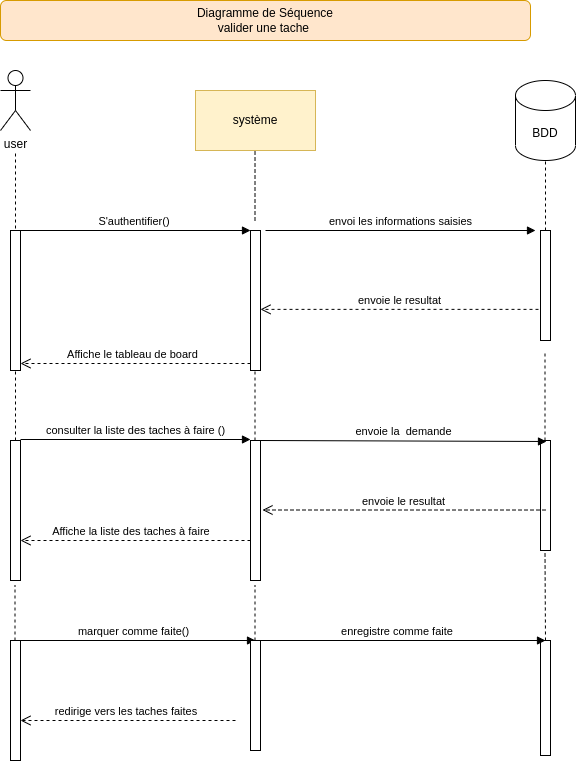
Above: Diagrammes/diagramme-sequence-valider-une-tache.png in Elhadj75BAH/ToDoEtCo (draw.io), before the change. Source tidied: cells renumbered, new cells last; positions are measured from the earlier drawing's top-left corner, leaving out a move shared by most shapes. Its diagram source:
```xml
<mxGraphModel>
  <root>
    <mxCell id="0" />
    <mxCell id="1" parent="0" />
    <mxCell id="2" value="système" style="rounded=0;whiteSpace=wrap;html=1;fillColor=#fff2cc;strokeColor=#d6b656;" parent="1" vertex="1">
      <mxGeometry x="195" y="90" width="120" height="60" as="geometry" />
    </mxCell>
    <mxCell id="3" style="endArrow=none;dashed=1;html=1;entryX=0.5;entryY=1;entryDx=0;entryDy=0;" parent="1" edge="1">
      <mxGeometry relative="1" as="geometry">
        <mxPoint x="15" y="240" as="sourcePoint" />
        <mxPoint x="15" y="150" as="targetPoint" />
      </mxGeometry>
    </mxCell>
    <mxCell id="4" style="endArrow=none;dashed=1;html=1;entryX=0.496;entryY=1;entryDx=0;entryDy=0;entryPerimeter=0;" parent="1" edge="1" target="2">
      <mxGeometry relative="1" as="geometry">
        <mxPoint x="254.5" y="220" as="sourcePoint" />
      </mxGeometry>
    </mxCell>
    <mxCell id="5" style="endArrow=none;dashed=1;html=1;entryX=0.5;entryY=1;entryDx=0;entryDy=0;" parent="1" edge="1">
      <mxGeometry relative="1" as="geometry">
        <mxPoint x="545" y="230" as="sourcePoint" />
        <mxPoint x="545" y="150" as="targetPoint" />
      </mxGeometry>
    </mxCell>
    <mxCell id="6" style="html=1;points=[];perimeter=orthogonalPerimeter;" parent="1" vertex="1">
      <mxGeometry x="250" y="230" width="10" height="140" as="geometry" />
    </mxCell>
    <mxCell id="7" value="S'authentifier()&amp;nbsp;" style="html=1;verticalAlign=bottom;endArrow=block;entryX=0;entryY=0;" parent="1" edge="1" source="9" target="6">
      <mxGeometry relative="1" as="geometry" />
    </mxCell>
    <mxCell id="8" value="Affiche le tableau de board&amp;nbsp;&amp;nbsp;" style="html=1;verticalAlign=bottom;endArrow=open;dashed=1;endSize=8;exitX=0;exitY=0.95;" parent="1" edge="1" source="6" target="9">
      <mxGeometry relative="1" as="geometry" />
    </mxCell>
    <mxCell id="9" style="html=1;points=[];perimeter=orthogonalPerimeter;" parent="1" vertex="1">
      <mxGeometry x="10" y="230" width="10" height="140" as="geometry" />
    </mxCell>
    <mxCell id="10" value="user" style="shape=umlActor;verticalLabelPosition=bottom;verticalAlign=top;html=1;" parent="1" vertex="1">
      <mxGeometry y="70" width="30" height="60" as="geometry" />
    </mxCell>
    <mxCell id="11" value="BDD" style="shape=cylinder3;whiteSpace=wrap;html=1;boundedLbl=1;backgroundOutline=1;size=15;" parent="1" vertex="1">
      <mxGeometry x="515" y="80" width="60" height="80" as="geometry" />
    </mxCell>
    <mxCell id="12" value="envoi les informations saisies" style="html=1;verticalAlign=bottom;endArrow=block;" parent="1" edge="1">
      <mxGeometry relative="1" as="geometry">
        <mxPoint x="265" y="230" as="sourcePoint" />
        <mxPoint x="535" y="230" as="targetPoint" />
      </mxGeometry>
    </mxCell>
    <mxCell id="13" style="html=1;points=[];perimeter=orthogonalPerimeter;" parent="1" vertex="1">
      <mxGeometry x="540" y="230" width="10" height="110" as="geometry" />
    </mxCell>
    <mxCell id="14" value="envoie le resultat" style="html=1;verticalAlign=bottom;endArrow=open;dashed=1;endSize=8;exitX=-0.2;exitY=0.717;exitDx=0;exitDy=0;exitPerimeter=0;" parent="1" edge="1" source="13" target="6">
      <mxGeometry relative="1" as="geometry" />
    </mxCell>
    <mxCell id="15" value="Diagramme de Séquence&lt;br&gt;valider une tache&amp;nbsp;" style="rounded=1;whiteSpace=wrap;html=1;fillColor=#ffe6cc;strokeColor=#d79b00;" parent="1" vertex="1">
      <mxGeometry width="530" height="40" as="geometry" />
    </mxCell>
    <mxCell id="16" style="html=1;perimeter=orthogonalPerimeter;" parent="1" vertex="1">
      <mxGeometry x="10" y="440" width="10" height="140" as="geometry" />
    </mxCell>
    <mxCell id="17" value="consulter la liste des taches à faire ()" style="html=1;verticalAlign=bottom;endArrow=block;entryX=0;entryY=0;" parent="1" edge="1">
      <mxGeometry relative="1" as="geometry">
        <mxPoint x="20" y="439" as="sourcePoint" />
        <mxPoint x="250" y="439" as="targetPoint" />
      </mxGeometry>
    </mxCell>
    <mxCell id="18" style="html=1;perimeter=orthogonalPerimeter;" parent="1" vertex="1">
      <mxGeometry x="250" y="440" width="10" height="140" as="geometry" />
    </mxCell>
    <mxCell id="19" value="Affiche la liste des taches à faire&amp;nbsp; &amp;nbsp;" style="html=1;verticalAlign=bottom;endArrow=open;dashed=1;endSize=8;exitX=0;exitY=0.95;" parent="1" edge="1">
      <mxGeometry relative="1" as="geometry">
        <mxPoint x="250" y="540" as="sourcePoint" />
        <mxPoint x="20" y="540" as="targetPoint" />
      </mxGeometry>
    </mxCell>
    <mxCell id="20" style="html=1;perimeter=orthogonalPerimeter;" parent="1" vertex="1">
      <mxGeometry x="10" y="640" width="10" height="120" as="geometry" />
    </mxCell>
    <mxCell id="21" style="html=1;points=[];perimeter=orthogonalPerimeter;" parent="1" vertex="1">
      <mxGeometry x="540" y="440" width="10" height="110" as="geometry" />
    </mxCell>
    <mxCell id="22" value="envoie la&amp;nbsp; demande" style="html=1;verticalAlign=bottom;endArrow=block;entryX=0.6;entryY=0.009;entryDx=0;entryDy=0;entryPerimeter=0;" parent="1" edge="1" target="21">
      <mxGeometry relative="1" as="geometry">
        <mxPoint x="260" y="440" as="sourcePoint" />
      </mxGeometry>
    </mxCell>
    <mxCell id="23" value="envoie le resultat" style="html=1;verticalAlign=bottom;endArrow=open;dashed=1;endSize=8;exitX=0.5;exitY=0.632;exitDx=0;exitDy=0;exitPerimeter=0;" parent="1" edge="1" source="21">
      <mxGeometry relative="1" as="geometry">
        <mxPoint x="262" y="509.5" as="targetPoint" />
      </mxGeometry>
    </mxCell>
    <mxCell id="24" value="marquer comme faite()" style="html=1;verticalAlign=bottom;endArrow=block;" parent="1" edge="1">
      <mxGeometry relative="1" as="geometry">
        <mxPoint x="10" y="640" as="sourcePoint" />
        <mxPoint x="255" y="640" as="targetPoint" />
      </mxGeometry>
    </mxCell>
    <mxCell id="25" style="html=1;perimeter=orthogonalPerimeter;" parent="1" vertex="1">
      <mxGeometry x="250" y="640" width="10" height="110" as="geometry" />
    </mxCell>
    <mxCell id="26" style="html=1;perimeter=orthogonalPerimeter;" parent="1" vertex="1">
      <mxGeometry x="540" y="640" width="10" height="115" as="geometry" />
    </mxCell>
    <mxCell id="27" value="enregistre comme faite&amp;nbsp;" style="html=1;verticalAlign=bottom;endArrow=block;" parent="1" edge="1">
      <mxGeometry relative="1" as="geometry">
        <mxPoint x="250" y="640" as="sourcePoint" />
        <mxPoint x="545" y="640" as="targetPoint" />
      </mxGeometry>
    </mxCell>
    <mxCell id="28" value="redirige vers les taches faites&amp;nbsp;" style="html=1;verticalAlign=bottom;endArrow=open;dashed=1;endSize=8;" parent="1" edge="1">
      <mxGeometry relative="1" as="geometry">
        <mxPoint x="235" y="720" as="sourcePoint" />
        <mxPoint x="20" y="720" as="targetPoint" />
      </mxGeometry>
    </mxCell>
    <mxCell id="29" style="endArrow=none;dashed=1;html=1;" parent="1" edge="1">
      <mxGeometry relative="1" as="geometry">
        <mxPoint x="15" y="440" as="sourcePoint" />
        <mxPoint x="15" y="370" as="targetPoint" />
      </mxGeometry>
    </mxCell>
    <mxCell id="30" style="endArrow=none;dashed=1;html=1;" parent="1" edge="1">
      <mxGeometry relative="1" as="geometry">
        <mxPoint x="254.5" y="440" as="sourcePoint" />
        <mxPoint x="254.5" y="370" as="targetPoint" />
      </mxGeometry>
    </mxCell>
    <mxCell id="31" style="endArrow=none;dashed=1;html=1;" parent="1" edge="1" source="21">
      <mxGeometry relative="1" as="geometry">
        <mxPoint x="544.5" y="350" as="targetPoint" />
      </mxGeometry>
    </mxCell>
    <mxCell id="32" style="endArrow=none;dashed=1;html=1;" parent="1" edge="1">
      <mxGeometry relative="1" as="geometry">
        <mxPoint x="14.5" y="640" as="sourcePoint" />
        <mxPoint x="14.5" y="585" as="targetPoint" />
      </mxGeometry>
    </mxCell>
    <mxCell id="33" style="endArrow=none;dashed=1;html=1;" parent="1" edge="1">
      <mxGeometry relative="1" as="geometry">
        <mxPoint x="254.5" y="640" as="sourcePoint" />
        <mxPoint x="254.5" y="585" as="targetPoint" />
      </mxGeometry>
    </mxCell>
    <mxCell id="34" style="endArrow=none;dashed=1;html=1;" parent="1" edge="1">
      <mxGeometry relative="1" as="geometry">
        <mxPoint x="545" y="640" as="sourcePoint" />
        <mxPoint x="544.5" y="550" as="targetPoint" />
      </mxGeometry>
    </mxCell>
  </root>
</mxGraphModel>
```
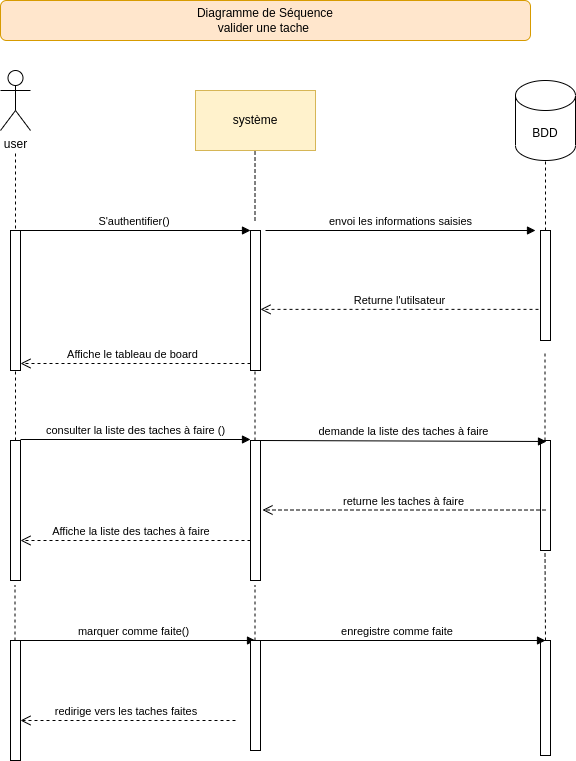
The same file after the commit.

The edit, as a diff of the source:
```diff
@@ -49,7 +49,7 @@
     <mxCell id="13" style="html=1;points=[];perimeter=orthogonalPerimeter;" parent="1" vertex="1">
       <mxGeometry x="540" y="230" width="10" height="110" as="geometry" />
     </mxCell>
-    <mxCell id="14" value="envoie le resultat" style="html=1;verticalAlign=bottom;endArrow=open;dashed=1;endSize=8;exitX=-0.2;exitY=0.717;exitDx=0;exitDy=0;exitPerimeter=0;" parent="1" edge="1" source="13" target="6">
+    <mxCell id="14" value="Returne l'utilsateur" style="html=1;verticalAlign=bottom;endArrow=open;dashed=1;endSize=8;exitX=-0.2;exitY=0.717;exitDx=0;exitDy=0;exitPerimeter=0;" parent="1" edge="1" source="13" target="6">
       <mxGeometry relative="1" as="geometry" />
     </mxCell>
     <mxCell id="15" value="Diagramme de Séquence&lt;br&gt;valider une tache&amp;nbsp;" style="rounded=1;whiteSpace=wrap;html=1;fillColor=#ffe6cc;strokeColor=#d79b00;" parent="1" vertex="1">
@@ -79,12 +79,12 @@
     <mxCell id="21" style="html=1;points=[];perimeter=orthogonalPerimeter;" parent="1" vertex="1">
       <mxGeometry x="540" y="440" width="10" height="110" as="geometry" />
     </mxCell>
-    <mxCell id="22" value="envoie la&amp;nbsp; demande" style="html=1;verticalAlign=bottom;endArrow=block;entryX=0.6;entryY=0.009;entryDx=0;entryDy=0;entryPerimeter=0;" parent="1" edge="1" target="21">
+    <mxCell id="22" value="demande la liste des taches à faire" style="html=1;verticalAlign=bottom;endArrow=block;entryX=0.6;entryY=0.009;entryDx=0;entryDy=0;entryPerimeter=0;" parent="1" edge="1" target="21">
       <mxGeometry relative="1" as="geometry">
         <mxPoint x="260" y="440" as="sourcePoint" />
       </mxGeometry>
     </mxCell>
-    <mxCell id="23" value="envoie le resultat" style="html=1;verticalAlign=bottom;endArrow=open;dashed=1;endSize=8;exitX=0.5;exitY=0.632;exitDx=0;exitDy=0;exitPerimeter=0;" parent="1" edge="1" source="21">
+    <mxCell id="23" value="returne les taches à faire" style="html=1;verticalAlign=bottom;endArrow=open;dashed=1;endSize=8;exitX=0.5;exitY=0.632;exitDx=0;exitDy=0;exitPerimeter=0;" parent="1" edge="1" source="21">
       <mxGeometry relative="1" as="geometry">
         <mxPoint x="262" y="509.5" as="targetPoint" />
       </mxGeometry>
```
